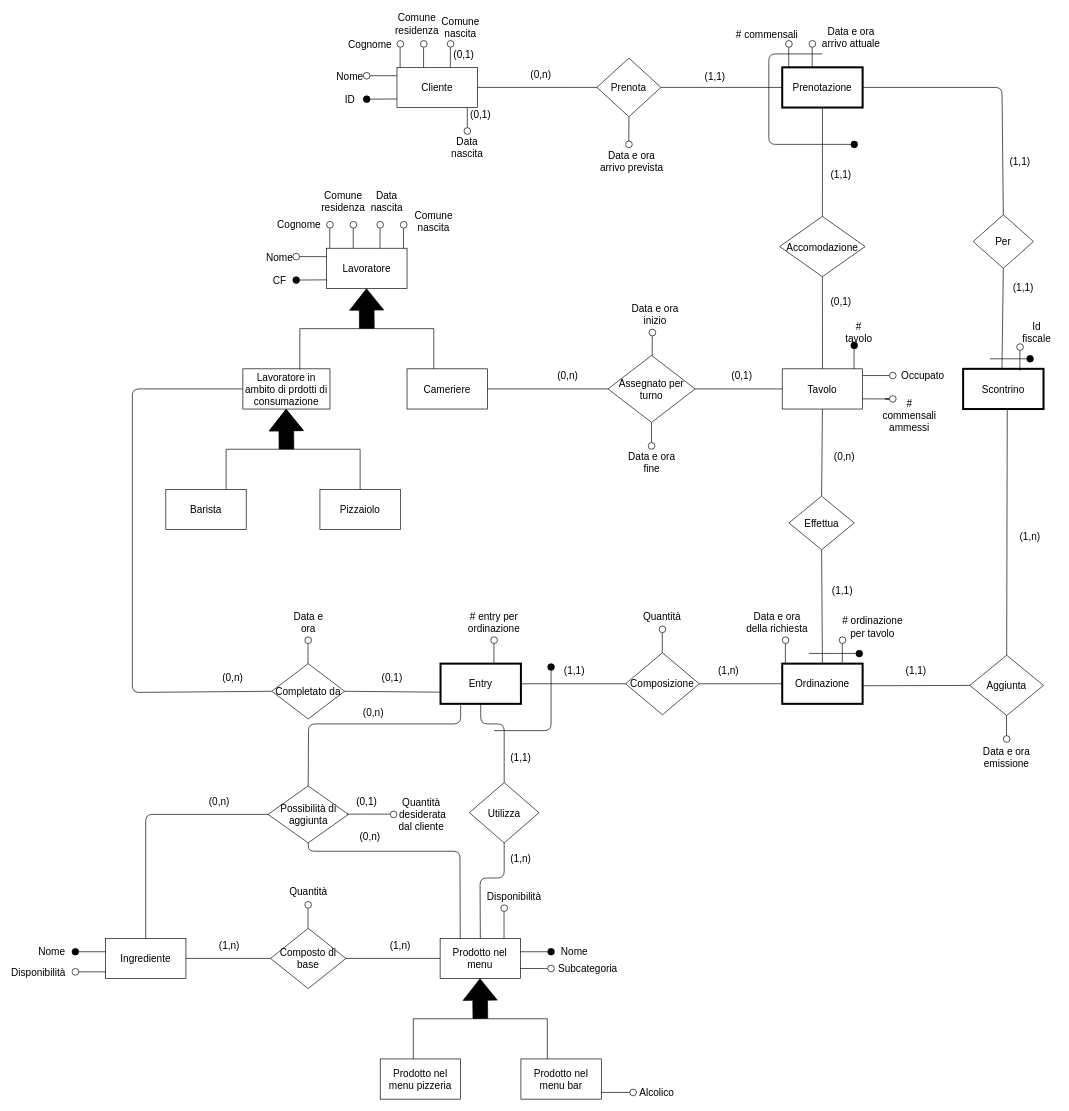
Earlier version of the draw.io diagram ERD/ERD_EditableDiagram.drawio (StefanoBelli/pizzeria). Source tidied: cells renumbered, new cells numbered last; positions are measured from the earlier drawing's top-left corner, leaving out a move shared by most shapes. Both pictures are drawn from the tidied source at 67%, with x=0, y=0 at pixel (25, 17).
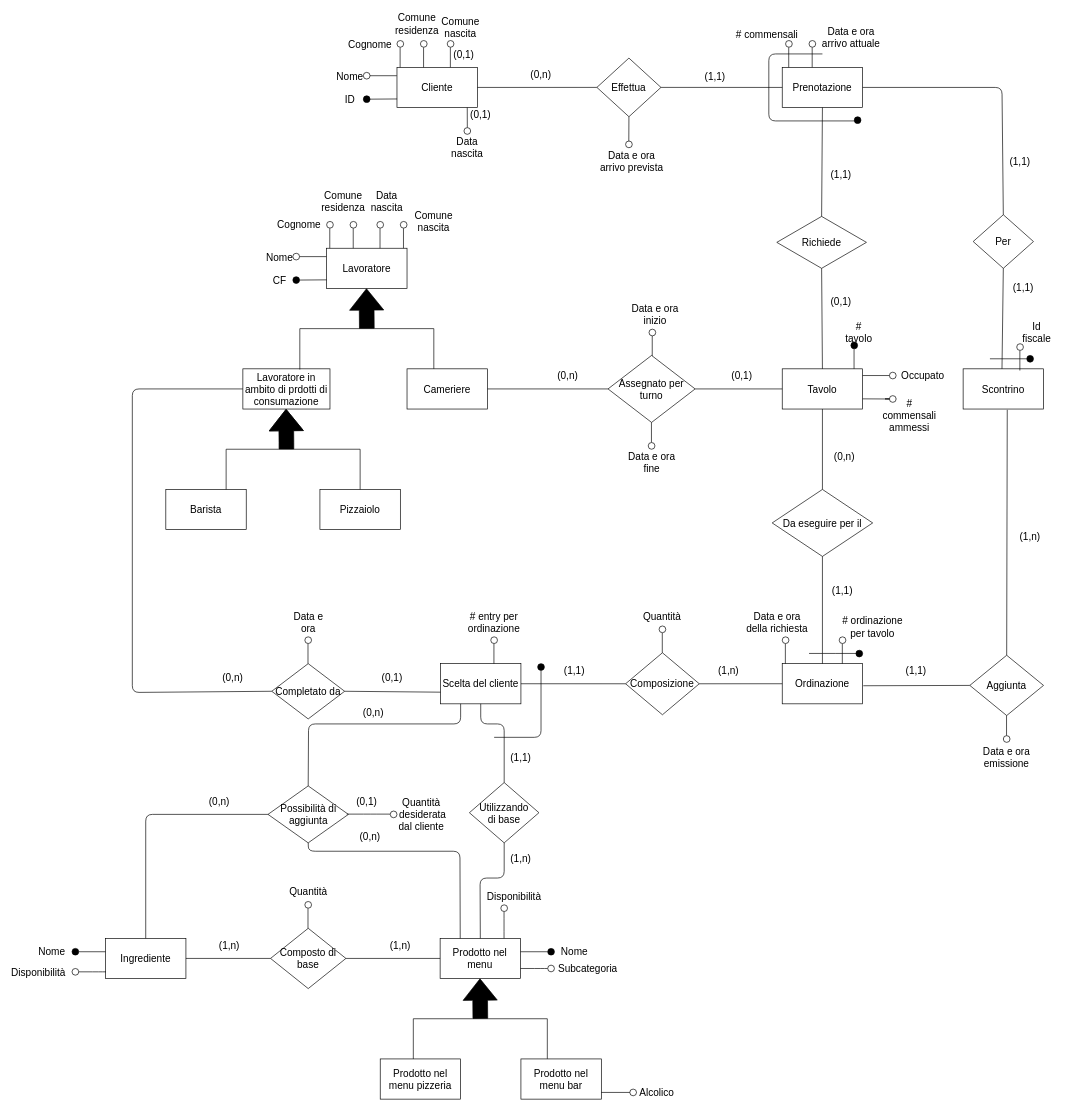
The same page after the edit.

Commit message:
Update ERD_EditableDiagram.drawio (quality checking phase in progress...)

Change to the diagram source:
```diff
@@
-    <mxCell id="3" value="Prenota" style="rhombus;whiteSpace=wrap;html=1;fontSize=15;" parent="1" vertex="1">
+    <mxCell id="3" value="Effettua" style="rhombus;whiteSpace=wrap;html=1;fontSize=15;" parent="1" vertex="1">
       <mxGeometry x="853.4" y="61.2" width="95.6" height="87.5" as="geometry" />
     </mxCell>
-    <mxCell id="4" value="Prenotazione" style="rounded=0;whiteSpace=wrap;html=1;strokeWidth=3;fontSize=15;" parent="1" vertex="1">
+    <mxCell id="4" value="Prenotazione" style="rounded=0;whiteSpace=wrap;html=1;strokeWidth=1;fontSize=15;" parent="1" vertex="1">
       <mxGeometry x="1130" y="75" width="120" height="60" as="geometry" />
     </mxCell>
-    <mxCell id="5" value="Accomodazione" style="rhombus;whiteSpace=wrap;html=1;fontSize=15;" parent="1" vertex="1">
-      <mxGeometry x="1126.2" y="297.5" width="127.5" height="90" as="geometry" />
+    <mxCell id="5" value="Richiede" style="rhombus;whiteSpace=wrap;html=1;fontSize=15;" parent="1" vertex="1">
+      <mxGeometry x="1121.9" y="297.5" width="133.8" height="77.5" as="geometry" />
     </mxCell>
@@
-    <mxCell id="27" value="Effettua" style="rhombus;whiteSpace=wrap;html=1;fontSize=15;" parent="1" vertex="1">
-      <mxGeometry x="1140" y="715" width="97.5" height="80" as="geometry" />
+    <mxCell id="27" value="Da eseguire per il" style="rhombus;whiteSpace=wrap;html=1;fontSize=15;" parent="1" vertex="1">
+      <mxGeometry x="1115" y="705" width="150" height="100" as="geometry" />
     </mxCell>
-    <mxCell id="28" value="Ordinazione" style="rounded=0;whiteSpace=wrap;html=1;strokeWidth=3;fontSize=15;" parent="1" vertex="1">
+    <mxCell id="28" value="Ordinazione" style="rounded=0;whiteSpace=wrap;html=1;strokeWidth=1;fontSize=15;" parent="1" vertex="1">
       <mxGeometry x="1130" y="965" width="120" height="60" as="geometry" />
     </mxCell>
@@
-    <mxCell id="32" value="Scontrino" style="rounded=0;whiteSpace=wrap;html=1;strokeWidth=3;fontSize=15;" parent="1" vertex="1">
+    <mxCell id="32" value="Scontrino" style="rounded=0;whiteSpace=wrap;html=1;strokeWidth=1;fontSize=15;" parent="1" vertex="1">
       <mxGeometry x="1400" y="525" width="120" height="60" as="geometry" />
     </mxCell>
@@
-    <mxCell id="38" value="Entry" style="rounded=0;whiteSpace=wrap;html=1;strokeWidth=3;fontSize=15;" parent="1" vertex="1">
+    <mxCell id="38" value="Scelta del cliente" style="rounded=0;whiteSpace=wrap;html=1;strokeWidth=1;fontSize=15;" parent="1" vertex="1">
       <mxGeometry x="620" y="965" width="120" height="60" as="geometry" />
     </mxCell>
@@
-    <mxCell id="45" value="Utilizza" style="rhombus;whiteSpace=wrap;html=1;fontSize=15;" parent="1" vertex="1">
+    <mxCell id="45" value="Utilizzando&lt;br&gt;di base" style="rhombus;whiteSpace=wrap;html=1;fontSize=15;" parent="1" vertex="1">
       <mxGeometry x="663.1" y="1142.5" width="103.8" height="90" as="geometry" />
     </mxCell>
@@
-    <mxCell id="142" style="endArrow=none;html=1;fillColor=#000000;exitX=0;exitY=0.5;exitDx=0;exitDy=0;" parent="1" edge="1" source="143">
+    <mxCell id="142" style="endArrow=none;html=1;fillColor=#000000;" parent="1" edge="1">
       <mxGeometry relative="1" as="geometry">
+        <mxPoint x="1238" y="155" as="sourcePoint" />
         <mxPoint x="1190" y="55" as="targetPoint" />
         <Array as="points">
-          <mxPoint x="1110" y="190" />
+          <mxPoint x="1110" y="155" />
           <mxPoint x="1110" y="55" />
         </Array>
       </mxGeometry>
     </mxCell>
     <mxCell id="143" style="ellipse;whiteSpace=wrap;html=1;direction=east;fillColor=#000000;" parent="1" vertex="1">
-      <mxGeometry x="1232.5" y="185" width="10" height="10" as="geometry" />
+      <mxGeometry x="1237.5" y="148.8" width="10" height="10" as="geometry" />
     </mxCell>
@@
-    <mxCell id="163" style="endArrow=none;html=1;fillColor=#000000;entryX=0.5;entryY=1;entryDx=0;entryDy=0;fontSize=15;" parent="1" edge="1" target="164">
+    <mxCell id="163" style="endArrow=none;html=1;fillColor=#000000;fontSize=15;" parent="1" edge="1">
       <mxGeometry relative="1" as="geometry">
-        <mxPoint x="700" y="1065" as="sourcePoint" />
+        <mxPoint x="700" y="1075" as="sourcePoint" />
+        <mxPoint x="770" y="970" as="targetPoint" />
         <Array as="points">
-          <mxPoint x="785" y="1065" />
+          <mxPoint x="770" y="1075" />
         </Array>
       </mxGeometry>
     </mxCell>
     <mxCell id="164" style="ellipse;whiteSpace=wrap;html=1;fillColor=#000000;fontSize=15;" parent="1" vertex="1">
-      <mxGeometry x="780" y="965" width="10" height="10" as="geometry" />
+      <mxGeometry x="765" y="965" width="10" height="10" as="geometry" />
     </mxCell>
```
